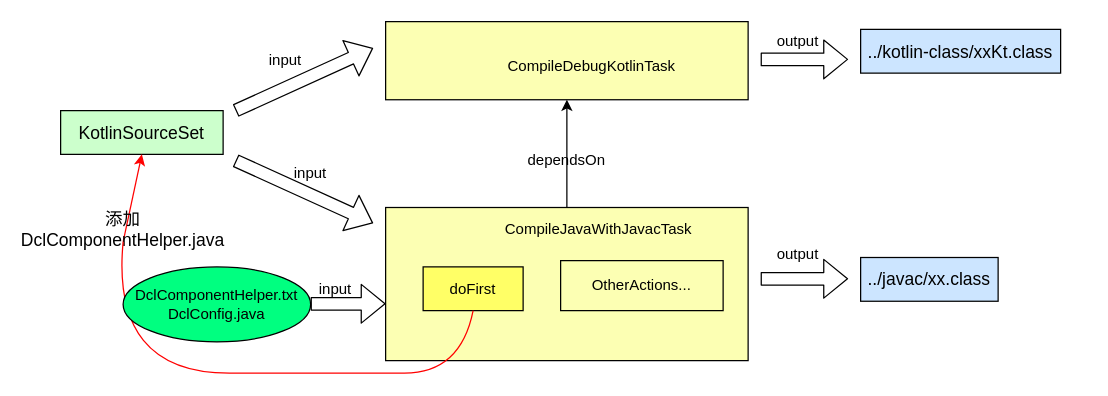
Earlier version of the draw.io diagram page "DclComponent" (2 of 3) of T9.drawio (shinecjj/UML). Source tidied: cells renumbered, new cells numbered last; positions are measured from the earlier drawing's top-left corner, leaving out a move shared by most shapes. Both pictures are drawn from the tidied source at 125%, with x=0, y=0 at pixel (60, 21).
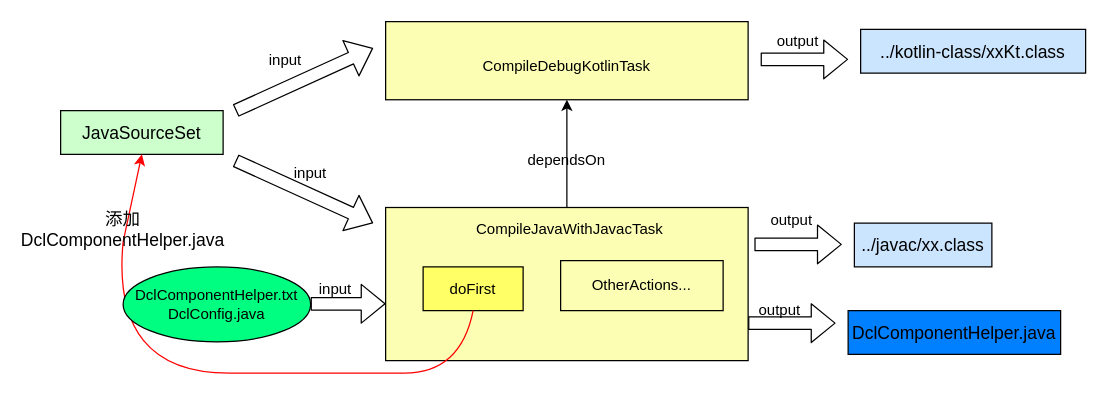
After the change.

Change to the diagram source:
```diff
@@
     <mxCell id="3" value="CompileJavaWithJavacTask" style="text;html=1;strokeColor=none;fillColor=none;align=center;verticalAlign=middle;whiteSpace=wrap;rounded=0;" parent="1" vertex="1">
-      <mxGeometry x="352.5" y="156" width="155" height="20" as="geometry" />
+      <mxGeometry x="330" y="156" width="155" height="20" as="geometry" />
     </mxCell>
@@
-    <mxCell id="6" value="&lt;span style=&quot;font-size: 14px&quot;&gt;KotlinSourceSet&lt;/span&gt;" style="rounded=0;whiteSpace=wrap;html=1;strokeColor=#000000;fillColor=#CCFFCC;" parent="1" vertex="1">
+    <mxCell id="6" value="&lt;span style=&quot;font-size: 14px&quot;&gt;JavaSourceSet&lt;/span&gt;" style="rounded=0;whiteSpace=wrap;html=1;strokeColor=#000000;fillColor=#CCFFCC;" parent="1" vertex="1">
       <mxGeometry y="71" width="130" height="35" as="geometry" />
     </mxCell>
@@
     <mxCell id="9" style="shape=flexArrow;endArrow=classic;html=1;fillColor=#FFFFFF;" parent="1" edge="1">
       <mxGeometry relative="1" as="geometry">
-        <mxPoint x="560" y="205.5" as="sourcePoint" />
-        <mxPoint x="630" y="205.5" as="targetPoint" />
+        <mxPoint x="555" y="178" as="sourcePoint" />
+        <mxPoint x="625" y="178" as="targetPoint" />
       </mxGeometry>
     </mxCell>
     <mxCell id="10" value="output" style="text;html=1;strokeColor=none;fillColor=none;align=center;verticalAlign=middle;whiteSpace=wrap;rounded=0;" parent="1" vertex="1">
-      <mxGeometry x="570" y="176" width="40" height="20" as="geometry" />
+      <mxGeometry x="565" y="148.5" width="40" height="20" as="geometry" />
     </mxCell>
     <mxCell id="11" value="&lt;span style=&quot;font-size: 14px&quot;&gt;../javac/xx.class&lt;/span&gt;" style="rounded=0;whiteSpace=wrap;html=1;strokeColor=#000000;fillColor=#CCE5FF;" parent="1" vertex="1">
-      <mxGeometry x="640" y="188.5" width="110" height="35" as="geometry" />
+      <mxGeometry x="635" y="161" width="110" height="35" as="geometry" />
     </mxCell>
@@
     <mxCell id="13" value="CompileDebugKotlinTask" style="text;html=1;strokeColor=none;fillColor=none;align=center;verticalAlign=middle;whiteSpace=wrap;rounded=0;" parent="1" vertex="1">
-      <mxGeometry x="405" y="26" width="40" height="20" as="geometry" />
+      <mxGeometry x="385" y="26" width="40" height="20" as="geometry" />
     </mxCell>
@@
     <mxCell id="19" value="&lt;span style=&quot;font-size: 14px&quot;&gt;../kotlin-class/xxKt.class&lt;/span&gt;" style="rounded=0;whiteSpace=wrap;html=1;strokeColor=#000000;fillColor=#CCE5FF;" parent="1" vertex="1">
-      <mxGeometry x="640" y="6" width="160" height="35" as="geometry" />
+      <mxGeometry x="640" y="6" width="180" height="35" as="geometry" />
     </mxCell>
@@
+    <mxCell id="27" style="shape=flexArrow;endArrow=classic;html=1;fillColor=#FFFFFF;" parent="1" edge="1">
+      <mxGeometry relative="1" as="geometry">
+        <mxPoint x="550" y="241" as="sourcePoint" />
+        <mxPoint x="620" y="241" as="targetPoint" />
+      </mxGeometry>
+    </mxCell>
+    <mxCell id="28" value="output" style="text;html=1;align=center;verticalAlign=middle;strokeColor=none;" parent="1" vertex="1">
+      <mxGeometry x="550" y="221" width="50" height="20" as="geometry" />
+    </mxCell>
+    <mxCell id="29" value="&lt;span style=&quot;font-size: 14px&quot;&gt;DclComponentHelper.java&lt;/span&gt;" style="rounded=0;whiteSpace=wrap;html=1;strokeColor=#000000;fillColor=#007FFF;" parent="1" vertex="1">
+      <mxGeometry x="630" y="231" width="170" height="35" as="geometry" />
+    </mxCell>
```
